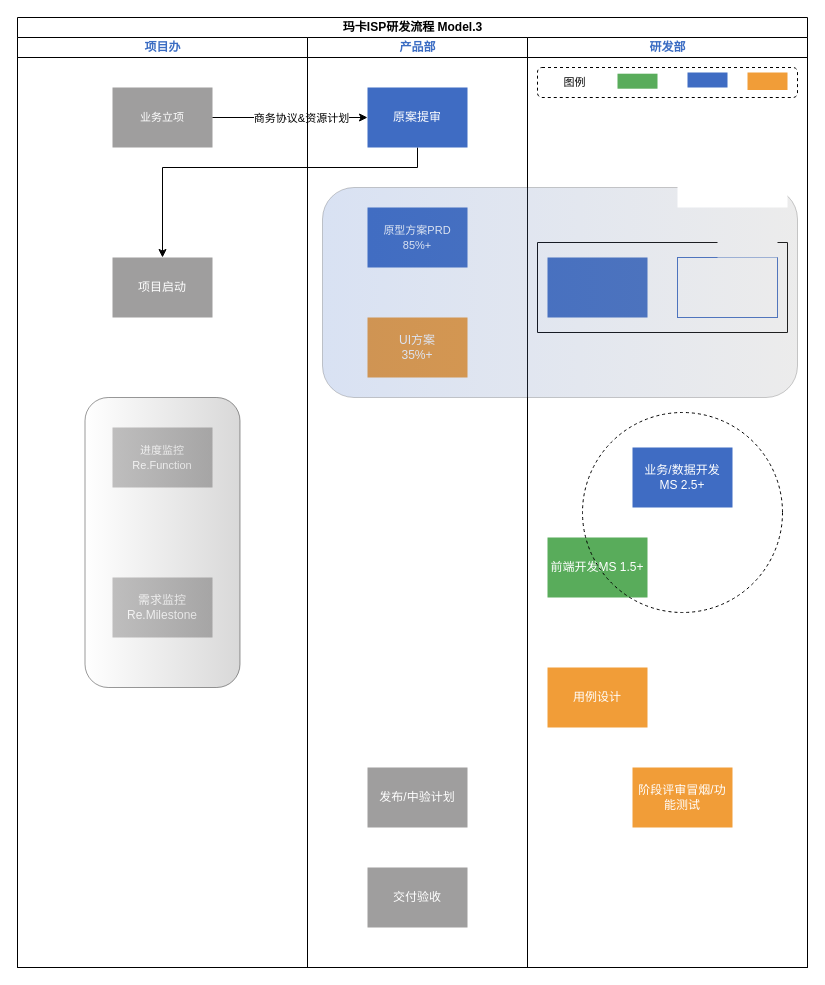
Before: 项目管理/通用研发流程Model3-ISP.drawio in LeanderChen/itpm.draw.io, a draw.io diagram. Source tidied: cells renumbered, new cells numbered last; positions are measured from the earlier drawing's top-left corner, leaving out a move shared by most shapes. Both pictures are drawn from the tidied source at 100%, with x=0, y=0 at pixel (17, 17).
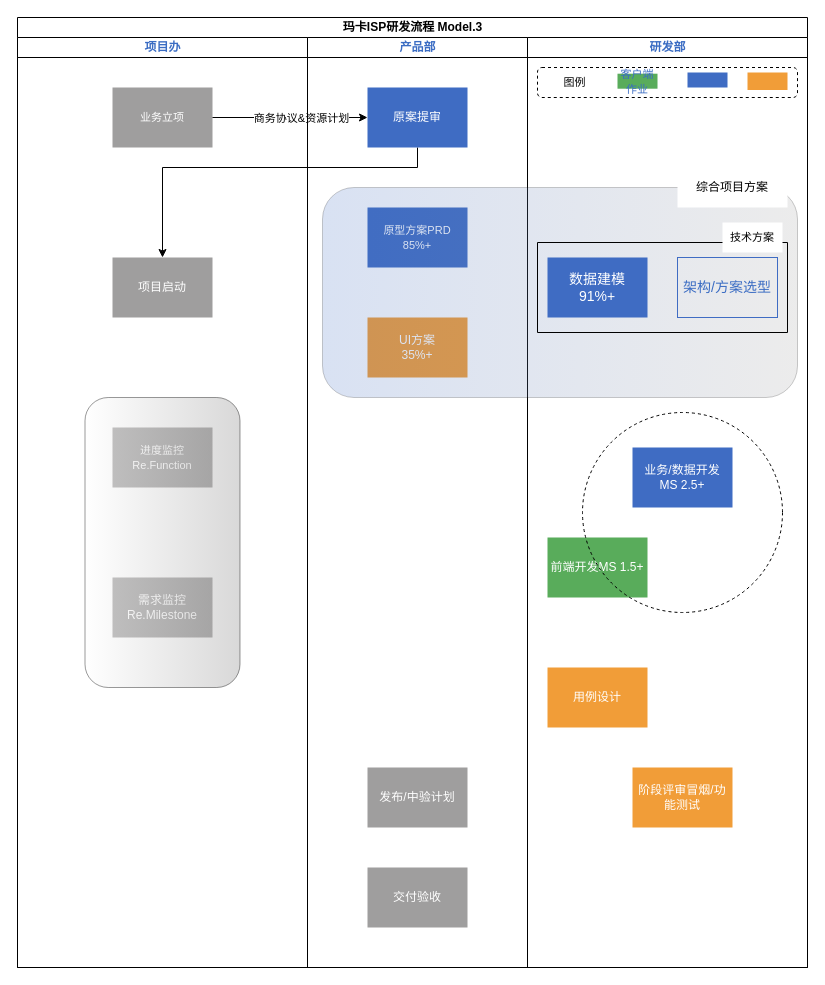
Above is the later version.

Commit message:
upd 通用研发流程Model3-ISP

The change refers to these unchanged cells:
```xml
<mxCell id="18" value="研发部" style="swimlane;startSize=20;html=1;fontColor=#3A6CC3;" parent="2" vertex="1">
  <mxGeometry x="510" y="20" width="280" height="930" as="geometry" />
</mxCell>
```

Diff of the diagram source:
```diff
@@
+    <mxCell id="31" style="rounded=1;whiteSpace=wrap;html=1;fontColor=#000000;fillColor=#3F6CC3;gradientColor=#9F9E9E;opacity=20;gradientDirection=east;" parent="18" vertex="1">
+      <mxGeometry x="-205" y="150" width="475" height="210" as="geometry" />
+    </mxCell>
+    <mxCell id="29" style="verticalLabelPosition=bottom;verticalAlign=top;html=1;shape=mxgraph.basic.rect;fillColor2=none;strokeWidth=1;size=10.5;indent=100;fontColor=#3A6CC3;fillColor=none;gradientColor=default;strokeColor=default;" parent="18" vertex="1">
+      <mxGeometry x="10" y="205" width="250" height="90" as="geometry" />
+    </mxCell>
@@
-    <mxCell id="20" style="rounded=0;whiteSpace=wrap;html=1;fontColor=#3A6CC3;fillColor=#59ac5b;gradientColor=none;strokeColor=none;" parent="18" vertex="1">
+    <mxCell id="20" value="&lt;font style=&quot;font-size: 11px;&quot;&gt;客户端作业&lt;/font&gt;" style="rounded=0;whiteSpace=wrap;html=1;fontColor=#3A6CC3;fillColor=#59ac5b;gradientColor=none;strokeColor=none;" parent="18" vertex="1">
       <mxGeometry x="90" y="36.2" width="40" height="15" as="geometry" />
     </mxCell>
@@
-    <mxCell id="22" style="rounded=0;whiteSpace=wrap;html=1;fontColor=#3A6CC3;fillColor=#3F6CC3;strokeColor=none;" parent="18" vertex="1">
+    <mxCell id="22" value="&lt;font color=&quot;#ffffff&quot;&gt;&lt;font style=&quot;font-size: 14px;&quot;&gt;数据建模&lt;br&gt;91%+&lt;/font&gt;&lt;br&gt;&lt;/font&gt;" style="rounded=0;whiteSpace=wrap;html=1;fontColor=#3A6CC3;fillColor=#3F6CC3;strokeColor=none;" parent="18" vertex="1">
       <mxGeometry x="20" y="220" width="100" height="60" as="geometry" />
     </mxCell>
-    <mxCell id="23" style="rounded=0;whiteSpace=wrap;html=1;fontColor=#3A6CC3;fillColor=none;strokeColor=#3F6CC3;" parent="18" vertex="1">
+    <mxCell id="23" value="&lt;font style=&quot;font-size: 14px;&quot;&gt;架构/方案选型&lt;/font&gt;" style="rounded=0;whiteSpace=wrap;html=1;fontColor=#3A6CC3;fillColor=none;strokeColor=#3F6CC3;" parent="18" vertex="1">
       <mxGeometry x="150" y="220" width="100" height="60" as="geometry" />
     </mxCell>
@@
-    <mxCell id="29" style="verticalLabelPosition=bottom;verticalAlign=top;html=1;shape=mxgraph.basic.rect;fillColor2=none;strokeWidth=1;size=10.5;indent=100;fontColor=#3A6CC3;fillColor=none;gradientColor=default;strokeColor=default;" parent="18" vertex="1">
-      <mxGeometry x="10" y="205" width="250" height="90" as="geometry" />
-    </mxCell>
-    <mxCell id="30" style="rounded=0;whiteSpace=wrap;html=1;shadow=0;glass=0;labelBackgroundColor=#ffffff;sketch=0;strokeColor=none;fontSize=11;fontColor=#000000;fillColor=default;gradientColor=none;" parent="18" vertex="1">
-      <mxGeometry x="190" y="190" width="60" height="30" as="geometry" />
+    <mxCell id="30" value="技术方案" style="rounded=0;whiteSpace=wrap;html=1;shadow=0;glass=0;labelBackgroundColor=#ffffff;sketch=0;strokeColor=none;fontSize=11;fontColor=#000000;fillColor=default;gradientColor=none;" parent="18" vertex="1">
+      <mxGeometry x="195" y="185" width="60" height="30" as="geometry" />
     </mxCell>
-    <mxCell id="31" style="rounded=1;whiteSpace=wrap;html=1;fontColor=#000000;fillColor=#3F6CC3;gradientColor=#9F9E9E;opacity=20;gradientDirection=east;" parent="18" vertex="1">
-      <mxGeometry x="-205" y="150" width="475" height="210" as="geometry" />
-    </mxCell>
-    <mxCell id="32" style="rounded=0;whiteSpace=wrap;html=1;fontColor=#000000;fillColor=#FFFFFF;gradientColor=none;gradientDirection=east;strokeColor=none;" parent="18" vertex="1">
+    <mxCell id="32" value="综合项目方案" style="rounded=0;whiteSpace=wrap;html=1;fontColor=#000000;fillColor=#FFFFFF;gradientColor=none;gradientDirection=east;strokeColor=none;" parent="18" vertex="1">
       <mxGeometry x="150" y="130" width="110" height="40" as="geometry" />
     </mxCell>
```
